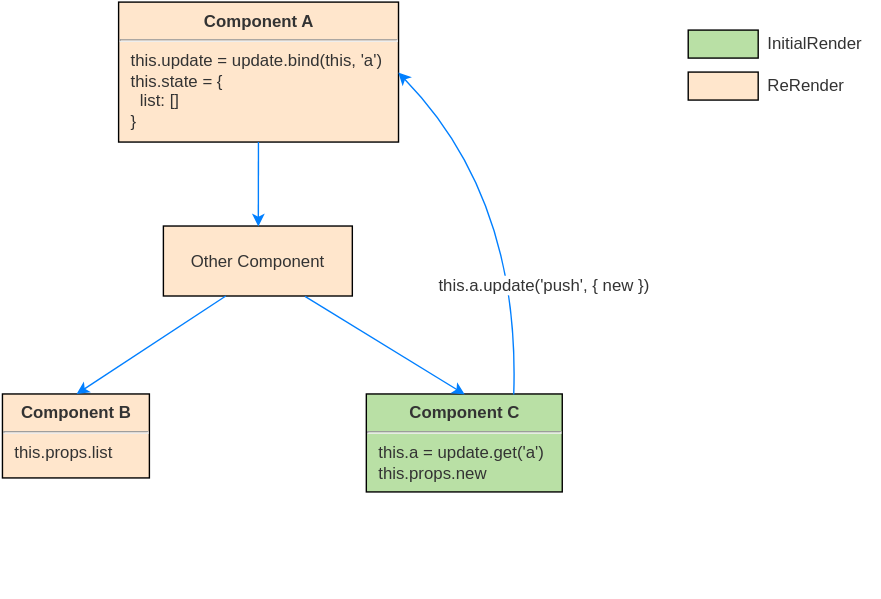
This is workflow.svg from jianghai/react-update, a draw.io export, as it was before one commit. Source tidied: cells renumbered, new cells last; positions are measured from the earlier drawing's top-left corner, leaving out a move shared by most shapes.
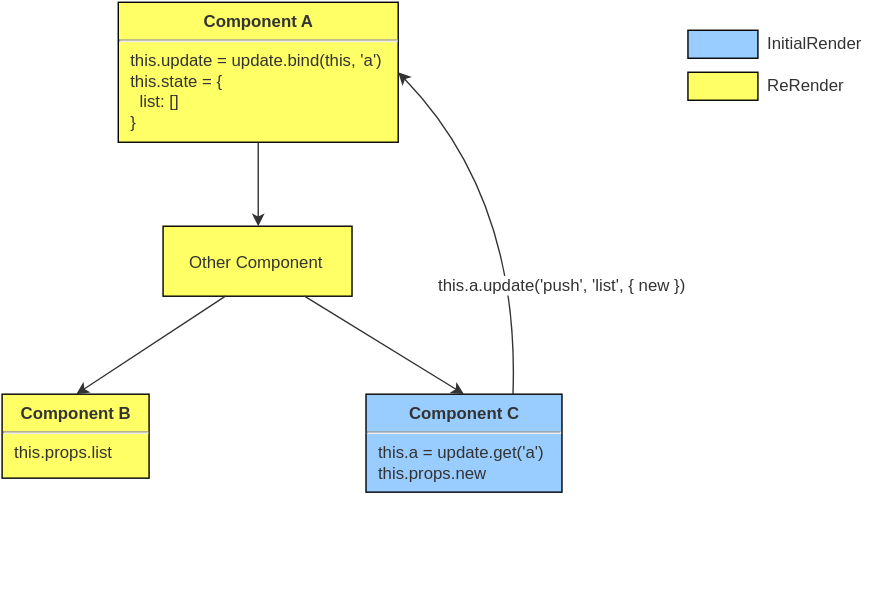
Above is the later version.

Change to the diagram source:
```diff
@@ -5,47 +5,47 @@
     <mxCell id="2" value="Text" style="text;html=1;align=left;verticalAlign=top;spacingTop=-4;fontColor=#FFFFFF;" parent="1" vertex="1">
       <mxGeometry x="205" y="404" width="40" height="20" as="geometry" />
     </mxCell>
-    <mxCell id="3" value="&lt;p style=&quot;margin: 0px ; margin-top: 6px ; text-align: center&quot;&gt;&lt;b&gt;Component A&lt;/b&gt;&lt;/p&gt;&lt;hr&gt;&lt;p style=&quot;margin: 0px ; margin-left: 8px&quot;&gt;this.update = update.bind(this, 'a')&lt;/p&gt;&lt;p style=&quot;margin: 0px ; margin-left: 8px&quot;&gt;this.state = {&lt;/p&gt;&lt;p style=&quot;margin: 0px ; margin-left: 8px&quot;&gt;&amp;nbsp; list: []&lt;/p&gt;&lt;p style=&quot;margin: 0px ; margin-left: 8px&quot;&gt;}&lt;br&gt;&lt;/p&gt;" style="align=left;overflow=fill;html=1;fontColor=#333333;direction=west;flipH=0;flipV=0;fillColor=#FFE6CC;" parent="1" vertex="1">
+    <mxCell id="3" value="&lt;p style=&quot;margin: 0px ; margin-top: 6px ; text-align: center&quot;&gt;&lt;b&gt;Component A&lt;/b&gt;&lt;/p&gt;&lt;hr&gt;&lt;p style=&quot;margin: 0px ; margin-left: 8px&quot;&gt;this.update = update.bind(this, 'a')&lt;/p&gt;&lt;p style=&quot;margin: 0px ; margin-left: 8px&quot;&gt;this.state = {&lt;/p&gt;&lt;p style=&quot;margin: 0px ; margin-left: 8px&quot;&gt;&amp;nbsp; list: []&lt;/p&gt;&lt;p style=&quot;margin: 0px ; margin-left: 8px&quot;&gt;}&lt;br&gt;&lt;/p&gt;" style="align=left;overflow=fill;html=1;fontColor=#333333;direction=west;flipH=0;flipV=0;fillColor=#FFFF66;strokeColor=#000000;" parent="1" vertex="1">
       <mxGeometry x="83" width="200" height="100" as="geometry" />
     </mxCell>
-    <mxCell id="4" value="&lt;p style=&quot;margin: 0px ; margin-top: 6px ; text-align: center&quot;&gt;&lt;b&gt;Component B&lt;/b&gt;&lt;/p&gt;&lt;hr&gt;&lt;p style=&quot;margin: 0px ; margin-left: 8px&quot;&gt;this.props.list&lt;/p&gt;" style="align=left;overflow=fill;html=1;fontColor=#333333;direction=west;flipH=0;flipV=0;fillColor=#FFE6CC;" parent="1" vertex="1">
+    <mxCell id="4" value="&lt;p style=&quot;margin: 0px ; margin-top: 6px ; text-align: center&quot;&gt;&lt;b&gt;Component B&lt;/b&gt;&lt;/p&gt;&lt;hr&gt;&lt;p style=&quot;margin: 0px ; margin-left: 8px&quot;&gt;this.props.list&lt;/p&gt;" style="align=left;overflow=fill;html=1;fontColor=#333333;direction=west;flipH=0;flipV=0;fillColor=#FFFF66;strokeColor=#000000;" parent="1" vertex="1">
       <mxGeometry y="280" width="105" height="60" as="geometry" />
     </mxCell>
-    <mxCell id="5" value="Other Component" style="html=1;fontColor=#333333;fillColor=#FFE6CC;" parent="1" vertex="1">
+    <mxCell id="5" value="Other Component" style="html=1;fontColor=#333333;gradientDirection=north;fillColor=#FFFF66;strokeColor=#000000;" parent="1" vertex="1">
       <mxGeometry x="115" y="160" width="135" height="50" as="geometry" />
     </mxCell>
-    <mxCell id="6" value="&lt;p style=&quot;margin: 0px ; margin-top: 6px ; text-align: center&quot;&gt;&lt;b&gt;Component C&lt;/b&gt;&lt;/p&gt;&lt;hr&gt;&lt;p style=&quot;margin: 0px ; margin-left: 8px&quot;&gt;this.a = update.get('a')&lt;br&gt;this.props.new&lt;/p&gt;" style="align=left;overflow=fill;html=1;fontColor=#333333;direction=west;flipH=0;flipV=0;fillColor=#B9E0A5;" parent="1" vertex="1">
+    <mxCell id="6" value="&lt;p style=&quot;margin: 0px ; margin-top: 6px ; text-align: center&quot;&gt;&lt;b&gt;Component C&lt;/b&gt;&lt;/p&gt;&lt;hr&gt;&lt;p style=&quot;margin: 0px ; margin-left: 8px&quot;&gt;this.a = update.get('a')&lt;br&gt;this.props.new&lt;/p&gt;" style="align=left;overflow=fill;html=1;fontColor=#333333;direction=west;flipH=0;flipV=0;fillColor=#99CCFF;strokeColor=#000000;" parent="1" vertex="1">
       <mxGeometry x="260" y="280" width="140" height="70" as="geometry" />
     </mxCell>
-    <mxCell id="7" style="endArrow=classic;html=1;strokeColor=#007FFF;fontColor=#333333;entryX=0.5;entryY=0;" parent="1" edge="1" source="3" target="5">
+    <mxCell id="7" style="endArrow=classic;html=1;strokeColor=#333333;fontColor=#333333;entryX=0.5;entryY=0;" parent="1" edge="1" source="3" target="5">
       <mxGeometry relative="1" as="geometry" />
     </mxCell>
-    <mxCell id="8" style="endArrow=classic;html=1;strokeColor=#007FFF;fontColor=#333333;" parent="1" edge="1">
+    <mxCell id="8" style="endArrow=classic;html=1;strokeColor=#333333;fontColor=#333333;" parent="1" edge="1">
       <mxGeometry x="329.6" y="250" as="geometry">
         <mxPoint x="159.6" y="210" as="sourcePoint" />
         <mxPoint x="53" y="280" as="targetPoint" />
       </mxGeometry>
     </mxCell>
-    <mxCell id="9" style="endArrow=classic;html=1;strokeColor=#007FFF;fontColor=#333333;entryX=0.5;entryY=1;exitX=0.75;exitY=1;" parent="1" edge="1" source="5" target="6">
+    <mxCell id="9" style="endArrow=classic;html=1;strokeColor=#333333;fontColor=#333333;entryX=0.5;entryY=1;exitX=0.75;exitY=1;" parent="1" edge="1" source="5" target="6">
       <mxGeometry x="339.6" y="260" as="geometry" />
     </mxCell>
-    <mxCell id="10" style="curved=1;endArrow=classic;html=1;strokeColor=#007FFF;fontColor=#333333;exitX=0.25;exitY=1;entryX=0;entryY=0.5;" parent="1" edge="1" source="6" target="3">
+    <mxCell id="10" style="curved=1;endArrow=classic;html=1;strokeColor=#333333;fontColor=#333333;exitX=0.25;exitY=1;entryX=0;entryY=0.5;" parent="1" edge="1" source="6" target="3">
       <mxGeometry relative="1" as="geometry">
         <Array as="points">
           <mxPoint x="370" y="140" />
         </Array>
       </mxGeometry>
     </mxCell>
-    <mxCell id="11" value="this.a.update('push', { new })" style="text;html=1;align=left;verticalAlign=top;spacingTop=-4;fontColor=#333333;labelBackgroundColor=#ffffff;" parent="1" vertex="1">
-      <mxGeometry x="310" y="193" width="170" height="20" as="geometry" />
+    <mxCell id="11" value="this.a.update('push', 'list', { new })" style="text;html=1;align=left;verticalAlign=top;spacingTop=-4;fontColor=#333333;labelBackgroundColor=#ffffff;" parent="1" vertex="1">
+      <mxGeometry x="310" y="193" width="190" height="20" as="geometry" />
     </mxCell>
-    <mxCell id="12" style="whiteSpace=wrap;html=1;fillColor=#B9E0A5;fontColor=#333333;" parent="1" vertex="1">
+    <mxCell id="12" style="whiteSpace=wrap;html=1;fontColor=#333333;gradientDirection=north;fillColor=#99CCFF;strokeColor=#000000;" parent="1" vertex="1">
       <mxGeometry x="490" y="20" width="50" height="20" as="geometry" />
     </mxCell>
     <mxCell id="13" value="InitialRender" style="text;html=1;align=left;verticalAlign=top;spacingTop=-4;fontColor=#333333;" parent="1" vertex="1">
       <mxGeometry x="545" y="20" width="80" height="20" as="geometry" />
     </mxCell>
-    <mxCell id="14" style="whiteSpace=wrap;html=1;fillColor=#FFE6CC;fontColor=#333333;" parent="1" vertex="1">
+    <mxCell id="14" style="whiteSpace=wrap;html=1;fontColor=#333333;gradientDirection=north;fillColor=#FFFF66;strokeColor=#000000;" parent="1" vertex="1">
       <mxGeometry x="490" y="50" width="50" height="20" as="geometry" />
     </mxCell>
     <mxCell id="15" value="ReRender" style="text;html=1;align=left;verticalAlign=top;spacingTop=-4;fontColor=#333333;" parent="1" vertex="1">
```
